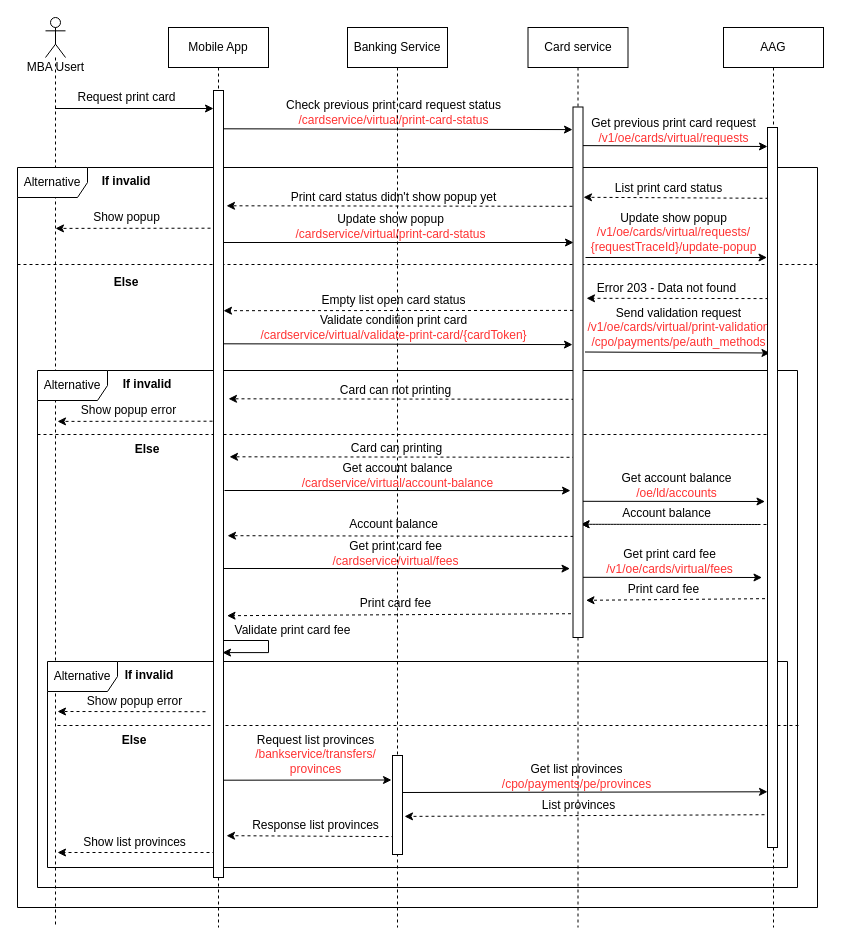
The draw.io diagram page "Print-card" (9 of 15) of Sequence Diagram.drawio in lyminh1994/diagram, before the edit. Source tidied: cells renumbered, new cells numbered last; positions are measured from the earlier drawing's top-left corner, leaving out a move shared by most shapes. Both pictures are drawn from the tidied source at 100%, with x=0, y=0 at pixel (17, 17).
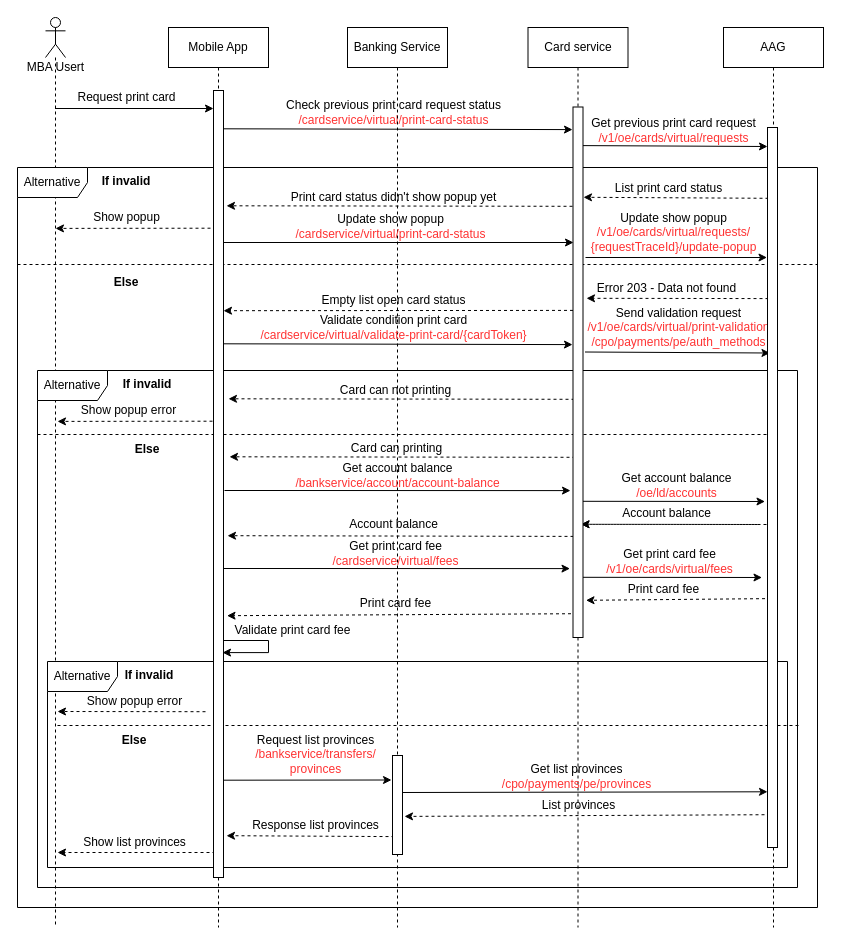
After the change.

What changed in the source:
```diff
@@
-    <mxCell id="42" value="Get account balance&lt;br&gt;&lt;font color=&quot;#ff3333&quot;&gt;/cardservice/virtual/account-balance&lt;/font&gt;" style="text;html=1;align=center;verticalAlign=middle;strokeColor=none;" parent="1" vertex="1">
-      <mxGeometry x="275" y="443" width="210" height="30" as="geometry" />
+    <mxCell id="42" value="Get account balance&lt;br&gt;&lt;font color=&quot;#ff3333&quot;&gt;/bankservice/account/account-balance&lt;/font&gt;" style="text;html=1;align=center;verticalAlign=middle;strokeColor=none;" parent="1" vertex="1">
+      <mxGeometry x="270" y="443" width="220" height="30" as="geometry" />
     </mxCell>
```
